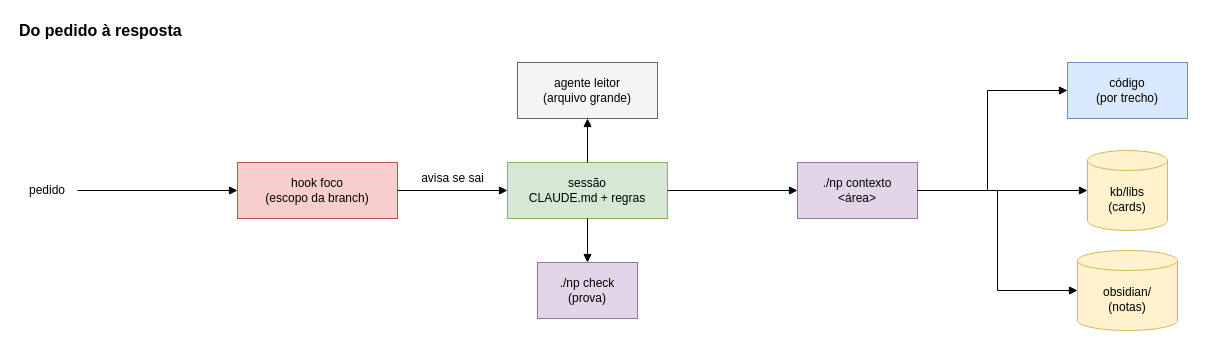
Earlier version of the draw.io diagram ai/kb/diagramas/workspace.drawio (LuccaRh/NoteProject). Source tidied: cells renumbered, new cells numbered last; positions are measured from the earlier drawing's top-left corner, leaving out a move shared by most shapes. Both pictures are drawn from the tidied source at 100%, with x=0, y=0 at pixel (17, 17).
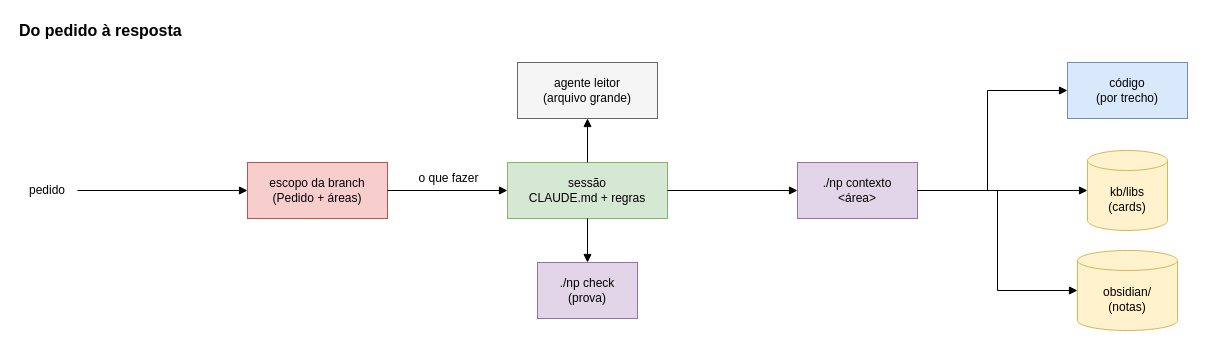
The same diagram, later.

Change to the diagram source:
```diff
@@
-    <mxCell id="4" value="hook foco&lt;br&gt;(escopo da branch)" style="html=1;whiteSpace=wrap;fontSize=12;rounded=0;fillColor=#f8cecc;strokeColor=#b85450;" parent="1" vertex="1">
-      <mxGeometry x="220" y="145" width="160" height="56" as="geometry" />
-    </mxCell>
+    <mxCell id="21" value="escopo da branch&lt;br&gt;(Pedido + áreas)" style="html=1;whiteSpace=wrap;fontSize=12;rounded=0;fillColor=#f8cecc;strokeColor=#b85450;" parent="1" vertex="1">
+      <mxGeometry x="230" y="145" width="140" height="56" as="geometry" />
+    </mxCell>
@@
     <mxCell id="12" style="html=1;rounded=0;endArrow=block;endFill=1;startArrow=none;" parent="1" edge="1">
       <mxGeometry relative="1" as="geometry">
         <mxPoint x="60" y="173" as="sourcePoint" />
-        <mxPoint x="220" y="173" as="targetPoint" />
+        <mxPoint x="230" y="173" as="targetPoint" />
       </mxGeometry>
     </mxCell>
     <mxCell id="13" style="html=1;rounded=0;endArrow=block;endFill=1;startArrow=none;" parent="1" edge="1">
       <mxGeometry relative="1" as="geometry">
-        <mxPoint x="380" y="173" as="sourcePoint" />
+        <mxPoint x="370" y="173" as="sourcePoint" />
         <mxPoint x="490" y="173" as="targetPoint" />
       </mxGeometry>
     </mxCell>
@@
-    <mxCell id="20" value="avisa se sai" style="text;html=1;align=center;verticalAlign=middle;fontSize=12;" parent="1" vertex="1">
-      <mxGeometry x="385" y="152" width="100" height="18" as="geometry" />
+    <mxCell id="20" value="o que fazer" style="text;html=1;align=center;verticalAlign=middle;fontSize=12;" parent="1" vertex="1">
+      <mxGeometry x="384" y="152" width="93" height="18" as="geometry" />
     </mxCell>
```
